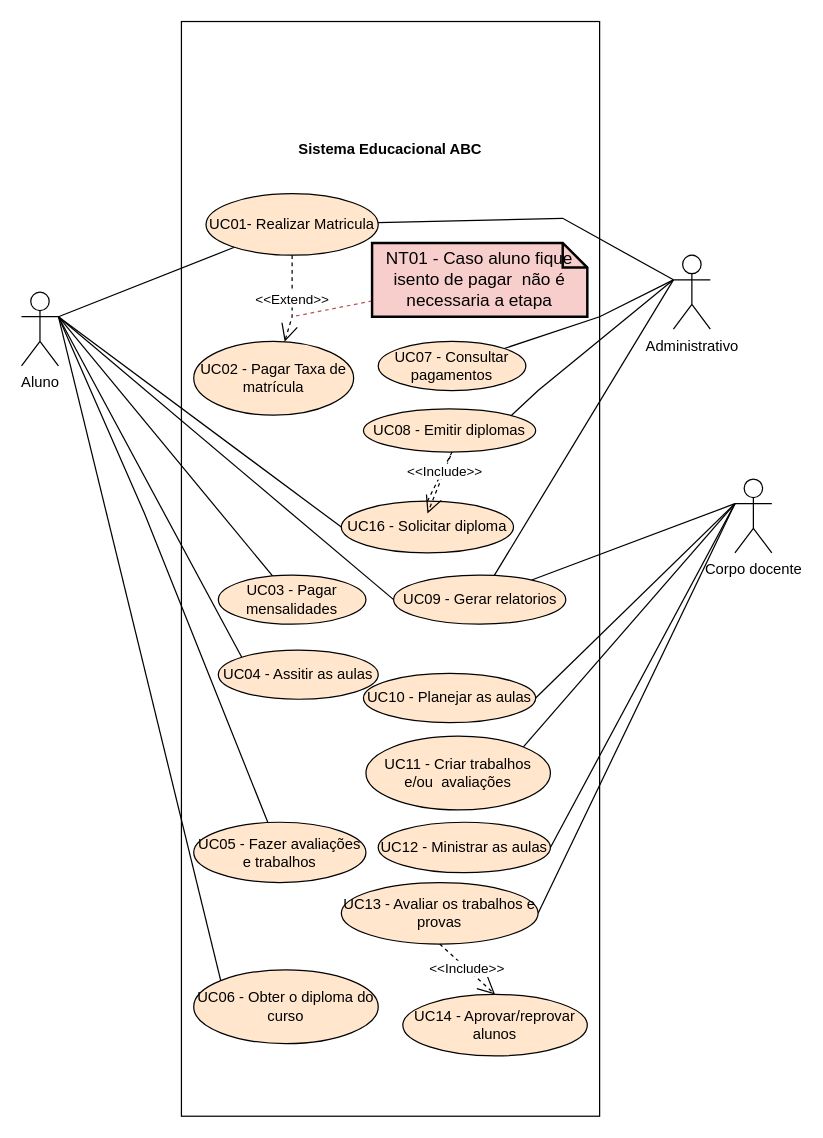
This is CasoDeUso/Diagrama de caso de uso.drawio from EAbeier/Analise-e-Modelagem-de-Sistemas, a draw.io file, before an edit. Source tidied: cells renumbered, new cells numbered last; positions are measured from the earlier drawing's top-left corner, leaving out a move shared by most shapes. Both pictures are drawn from the tidied source at 123%, with x=0, y=0 at pixel (21, 21).
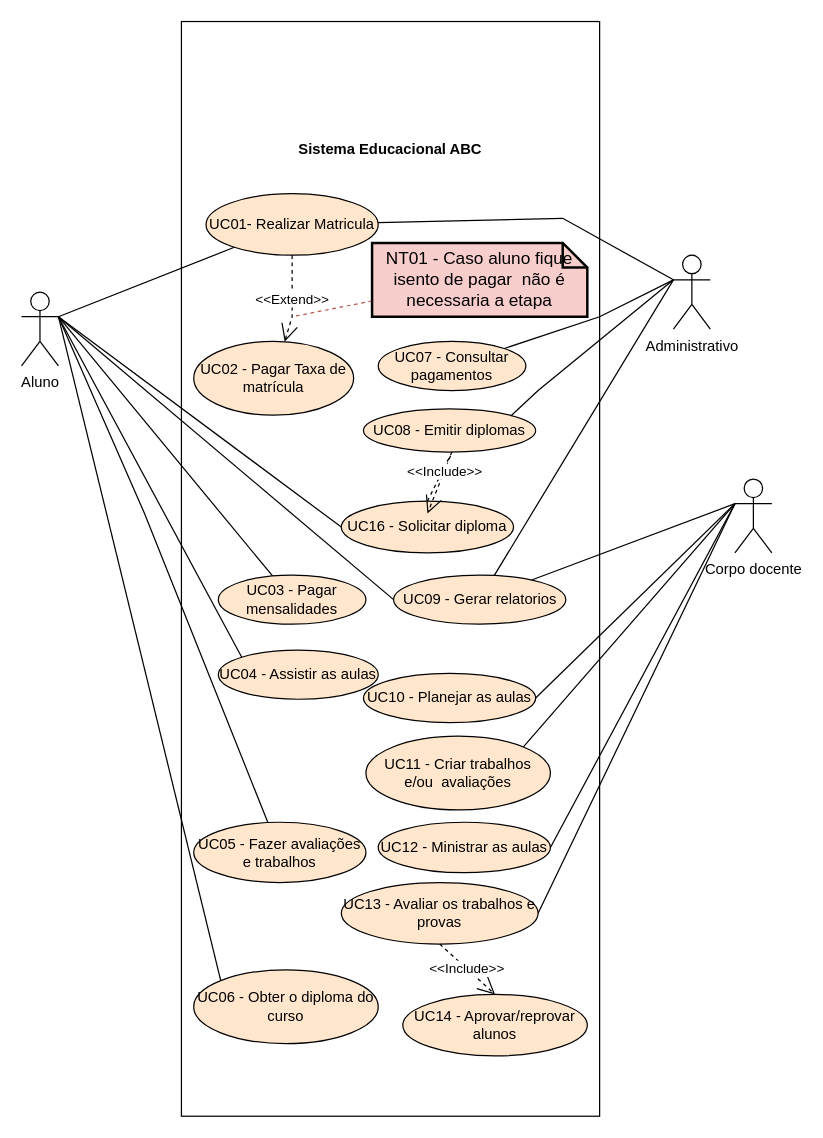
After the change.

Diff of the diagram source:
```diff
@@
-    <mxCell id="30" value="UC04 - Assitir as aulas" style="ellipse;whiteSpace=wrap;html=1;strokeColor=#000000;fillColor=#FFE6CC;" parent="1" vertex="1">
+    <mxCell id="30" value="UC04 - Assistir as aulas" style="ellipse;whiteSpace=wrap;html=1;strokeColor=#000000;fillColor=#FFE6CC;" parent="1" vertex="1">
       <mxGeometry x="160" y="511" width="130" height="40" as="geometry" />
     </mxCell>
```
